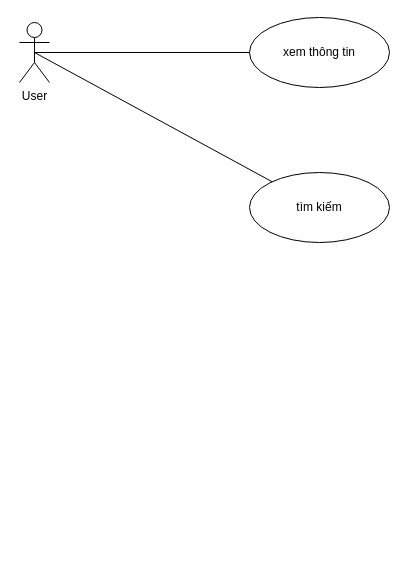
Earlier version of the draw.io diagram Design.drawio (sytranvn/webcrawler). Source tidied: cells renumbered, new cells numbered last; positions are measured from the earlier drawing's top-left corner, leaving out a move shared by most shapes. Both pictures are drawn from the tidied source at 100%, with x=0, y=0 at pixel (19, 17).
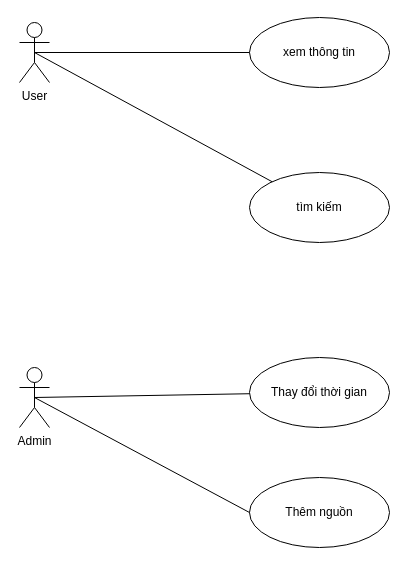
Above is the later version.

The edit, as a diff of the source:
```diff
@@
 <mxGraphModel>
   <root>
     <mxCell id="0" />
     <mxCell id="1" parent="0" />
     <mxCell id="2" value="User" style="shape=umlActor;verticalLabelPosition=bottom;verticalAlign=top;html=1;outlineConnect=0;" parent="1" vertex="1">
       <mxGeometry y="5" width="30" height="60" as="geometry" />
     </mxCell>
     <mxCell id="3" value="xem thông tin" style="ellipse;whiteSpace=wrap;html=1;" parent="1" vertex="1">
       <mxGeometry x="230" width="140" height="70" as="geometry" />
     </mxCell>
     <mxCell id="4" style="edgeStyle=none;html=1;endArrow=none;verticalAlign=bottom;rounded=0;exitX=0.5;exitY=0.5;exitDx=0;exitDy=0;exitPerimeter=0;" parent="1" edge="1" source="2" target="3">
       <mxGeometry relative="1" as="geometry" />
     </mxCell>
     <mxCell id="5" value="tìm kiếm" style="ellipse;whiteSpace=wrap;html=1;" parent="1" vertex="1">
       <mxGeometry x="230" y="155" width="140" height="70" as="geometry" />
     </mxCell>
     <mxCell id="6" style="edgeStyle=none;html=1;endArrow=none;verticalAlign=bottom;rounded=0;exitX=0.5;exitY=0.5;exitDx=0;exitDy=0;exitPerimeter=0;" parent="1" edge="1" source="2" target="5">
       <mxGeometry relative="1" as="geometry" />
     </mxCell>
+    <mxCell id="7" value="Admin" style="shape=umlActor;html=1;verticalLabelPosition=bottom;verticalAlign=top;align=center;" parent="1" vertex="1">
+      <mxGeometry y="350" width="30" height="60" as="geometry" />
+    </mxCell>
+    <mxCell id="8" value="Thay đổi thời gian" style="ellipse;whiteSpace=wrap;html=1;" parent="1" vertex="1">
+      <mxGeometry x="230" y="340" width="140" height="70" as="geometry" />
+    </mxCell>
+    <mxCell id="9" style="edgeStyle=none;html=1;endArrow=none;verticalAlign=bottom;rounded=0;exitX=0.5;exitY=0.5;exitDx=0;exitDy=0;exitPerimeter=0;" parent="1" edge="1" source="7" target="8">
+      <mxGeometry relative="1" as="geometry" />
+    </mxCell>
+    <mxCell id="10" value="Thêm nguồn" style="ellipse;whiteSpace=wrap;html=1;" parent="1" vertex="1">
+      <mxGeometry x="230" y="460" width="140" height="70" as="geometry" />
+    </mxCell>
+    <mxCell id="11" style="edgeStyle=none;html=1;endArrow=none;verticalAlign=bottom;rounded=0;exitX=0.5;exitY=0.5;exitDx=0;exitDy=0;exitPerimeter=0;entryX=0;entryY=0.5;entryDx=0;entryDy=0;" parent="1" edge="1" source="7" target="10">
+      <mxGeometry relative="1" as="geometry" />
+    </mxCell>
   </root>
 </mxGraphModel>
```
